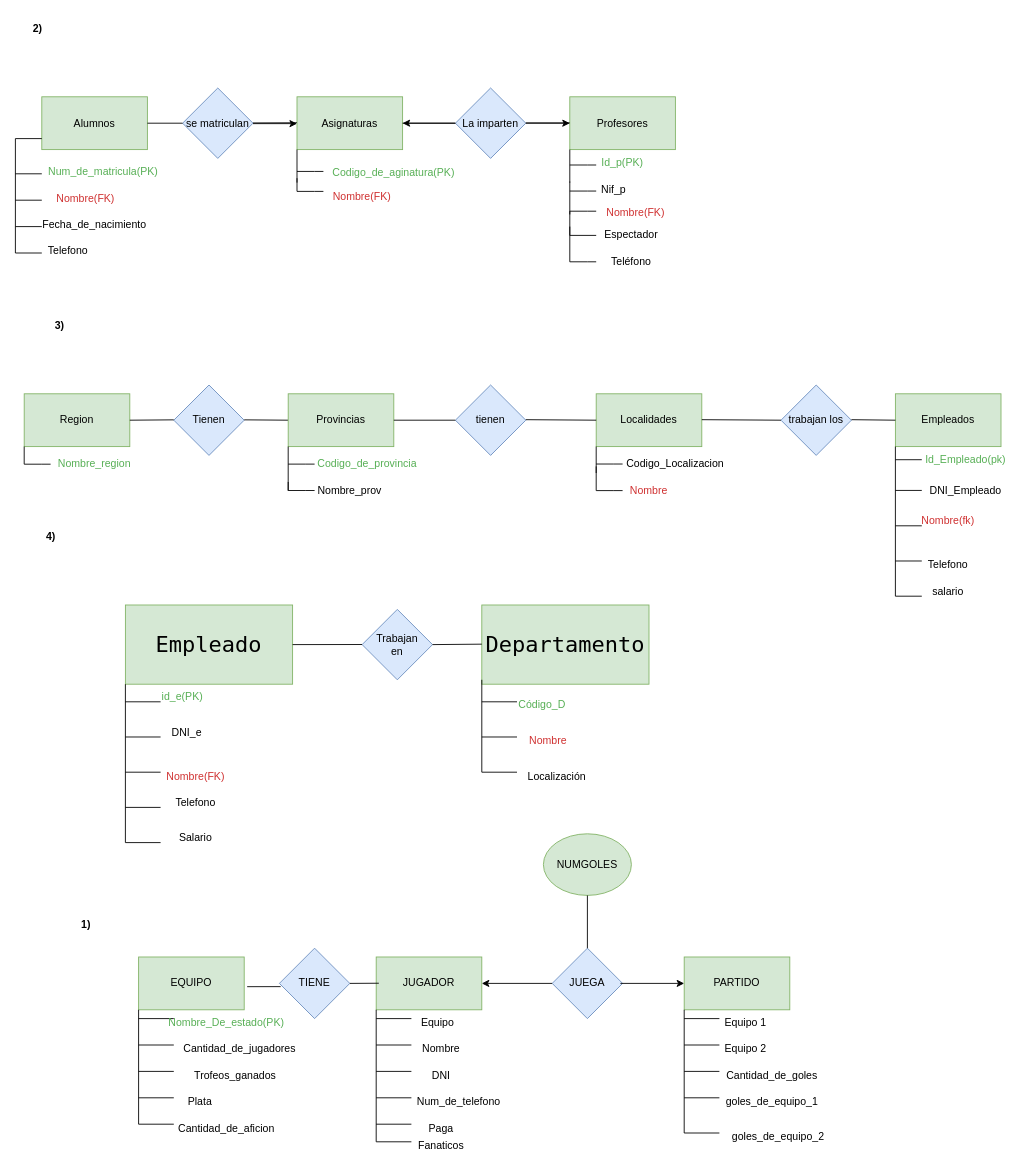
Earlier version of the draw.io diagram Diagrama sin título.drawio (aoimonster/diagrama-e-r). Source tidied: cells renumbered, new cells numbered last; positions are measured from the earlier drawing's top-left corner, leaving out a move shared by most shapes. Both pictures are drawn from the tidied source at 88%, with x=0, y=0 at pixel (15, 15).
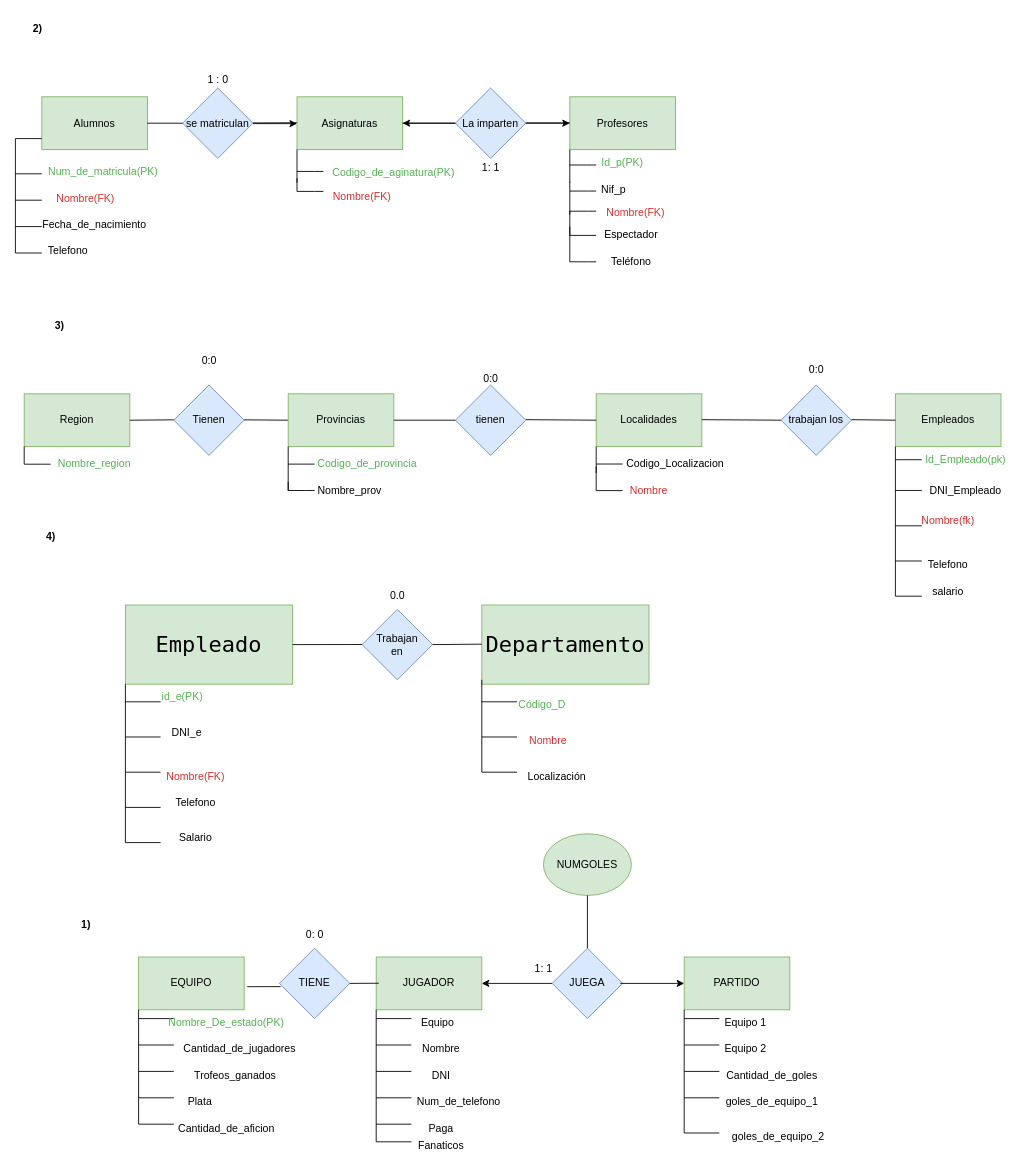
After the change.

Diff of the diagram source:
```diff
@@
+    <mxCell id="156" value="1 : 0" style="text;html=1;align=center;verticalAlign=middle;strokeColor=none;fillColor=none;" parent="1" vertex="1">
+      <mxGeometry x="205" y="58" width="50" height="30" as="geometry" />
+    </mxCell>
+    <mxCell id="157" value="1: 1" style="text;html=1;align=center;verticalAlign=middle;strokeColor=none;fillColor=none;" parent="1" vertex="1">
+      <mxGeometry x="520" y="158" width="40" height="30" as="geometry" />
+    </mxCell>
+    <mxCell id="158" value="0:0" style="text;html=1;align=center;verticalAlign=middle;strokeColor=none;fillColor=none;" parent="1" vertex="1">
+      <mxGeometry x="200" y="378" width="40" height="30" as="geometry" />
+    </mxCell>
+    <mxCell id="159" value="0:0" style="text;html=1;align=center;verticalAlign=middle;strokeColor=none;fillColor=none;" parent="1" vertex="1">
+      <mxGeometry x="520" y="398" width="40" height="30" as="geometry" />
+    </mxCell>
+    <mxCell id="160" value="0:0" style="text;html=1;align=center;verticalAlign=middle;strokeColor=none;fillColor=none;" parent="1" vertex="1">
+      <mxGeometry x="890" y="388" width="40" height="30" as="geometry" />
+    </mxCell>
+    <mxCell id="161" value="0.0" style="text;html=1;align=center;verticalAlign=middle;strokeColor=none;fillColor=none;" parent="1" vertex="1">
+      <mxGeometry x="414" y="645" width="40" height="30" as="geometry" />
+    </mxCell>
+    <mxCell id="162" value="1: 1" style="text;html=1;align=center;verticalAlign=middle;strokeColor=none;fillColor=none;" parent="1" vertex="1">
+      <mxGeometry x="580" y="1068" width="40" height="30" as="geometry" />
+    </mxCell>
+    <mxCell id="163" value="0: 0" style="text;html=1;align=center;verticalAlign=middle;strokeColor=none;fillColor=none;" parent="1" vertex="1">
+      <mxGeometry x="320" y="1030" width="40" height="30" as="geometry" />
+    </mxCell>
```
